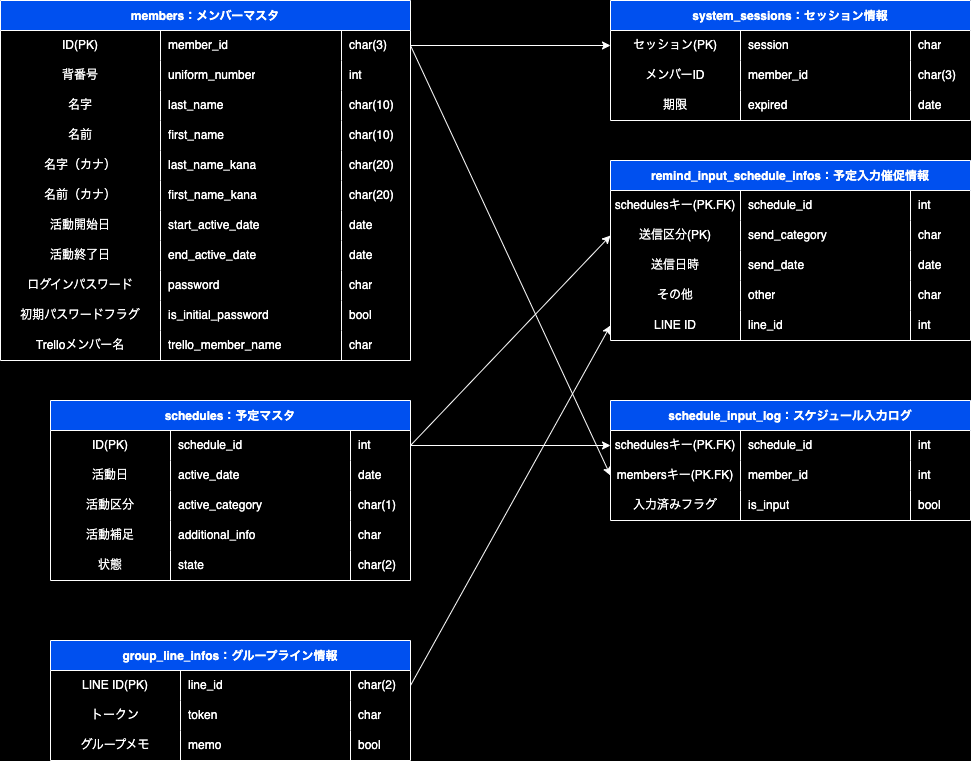
Before: 03_テーブル/ER_figure.drawio.png, a diagram exported from draw.io (ShigaFreedom/document_freedom_system). Source tidied: cells renumbered, new cells last; positions are measured from the earlier drawing's top-left corner, leaving out a move shared by most shapes.
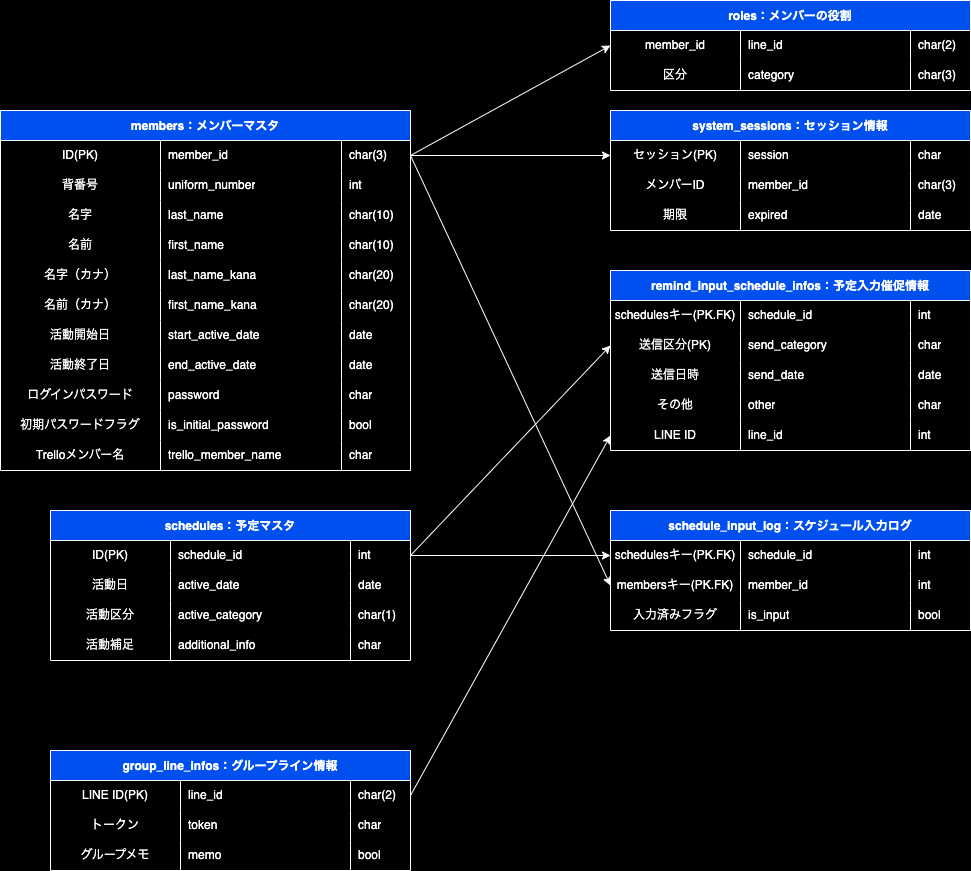
The same diagram one commit later.

Change to the diagram source:
```diff
@@ -3,7 +3,7 @@
     <mxCell id="0" />
     <mxCell id="1" parent="0" />
     <mxCell id="2" value="schedules：予定マスタ" style="shape=table;startSize=30;rowLines=0;fontStyle=1;fillColor=#0050ef;fontColor=#FFFFFF;strokeColor=#FFFFFF;" parent="1" vertex="1">
-      <mxGeometry x="50" y="400" width="360" height="180" as="geometry" />
+      <mxGeometry x="50" y="400" width="360" height="150" as="geometry" />
     </mxCell>
     <mxCell id="3" style="shape=tableRow;horizontal=0;startSize=0;swimlaneHead=0;swimlaneBody=0;top=0;left=0;bottom=0;right=0;fillColor=none;points=[[0,0.5],[1,0.5]];portConstraint=eastwest;" parent="2" vertex="1">
       <mxGeometry y="30" width="360" height="30" as="geometry" />
@@ -53,18 +53,6 @@
     <mxCell id="18" value="char" style="shape=partialRectangle;html=1;whiteSpace=wrap;fillColor=none;top=0;left=0;bottom=0;right=0;align=left;spacingLeft=6;overflow=hidden;fontColor=#FFFFFF;" parent="15" vertex="1">
       <mxGeometry x="300" width="60" height="30" as="geometry" />
     </mxCell>
-    <mxCell id="19" style="shape=tableRow;horizontal=0;startSize=0;swimlaneHead=0;swimlaneBody=0;top=0;left=0;bottom=0;right=0;fillColor=none;" parent="2" vertex="1">
-      <mxGeometry y="150" width="360" height="30" as="geometry" />
-    </mxCell>
-    <mxCell id="20" value="状態" style="shape=partialRectangle;html=1;whiteSpace=wrap;fillColor=none;top=0;left=0;bottom=0;right=0;overflow=hidden;fontColor=#FFFFFF;" parent="19" vertex="1">
-      <mxGeometry width="120" height="30" as="geometry" />
-    </mxCell>
-    <mxCell id="21" value="state" style="shape=partialRectangle;html=1;whiteSpace=wrap;fillColor=none;top=0;left=0;bottom=0;right=0;align=left;spacingLeft=6;overflow=hidden;fontColor=#FFFFFF;" parent="19" vertex="1">
-      <mxGeometry x="120" width="180" height="30" as="geometry" />
-    </mxCell>
-    <mxCell id="22" value="char(2)" style="shape=partialRectangle;html=1;whiteSpace=wrap;fillColor=none;top=0;left=0;bottom=0;right=0;align=left;spacingLeft=6;overflow=hidden;fontColor=#FFFFFF;" parent="19" vertex="1">
-      <mxGeometry x="300" width="60" height="30" as="geometry" />
-    </mxCell>
     <mxCell id="23" value="remind_input_schedule_infos：予定入力催促情報" style="shape=table;startSize=30;rowLines=0;fontStyle=1;fillColor=#0050ef;fontColor=#FFFFFF;strokeColor=#FFFFFF;" parent="1" vertex="1">
       <mxGeometry x="610" y="160" width="360" height="180" as="geometry" />
     </mxCell>
@@ -397,5 +385,35 @@
     <mxCell id="132" style="endArrow=classic;html=1;fontColor=#FFFFFF;strokeColor=#FFFFFF;exitX=1;exitY=0.5;exitDx=0;exitDy=0;entryX=0;entryY=0.5;entryDx=0;entryDy=0;" parent="1" edge="1" source="45" target="120">
       <mxGeometry relative="1" as="geometry" />
     </mxCell>
+    <mxCell id="133" value="roles：メンバーの役割" style="shape=table;startSize=30;rowLines=0;fontStyle=1;fillColor=#0050ef;fontColor=#FFFFFF;strokeColor=#FFFFFF;" parent="1" vertex="1">
+      <mxGeometry x="610" y="-110" width="360" height="90" as="geometry" />
+    </mxCell>
+    <mxCell id="134" style="shape=tableRow;horizontal=0;startSize=0;swimlaneHead=0;swimlaneBody=0;top=0;left=0;bottom=0;right=0;fillColor=none;points=[[0,0.5],[1,0.5]];portConstraint=eastwest;" parent="133" vertex="1">
+      <mxGeometry y="30" width="360" height="30" as="geometry" />
+    </mxCell>
+    <mxCell id="135" value="member_id" style="shape=partialRectangle;html=1;whiteSpace=wrap;fillColor=none;top=0;left=0;bottom=0;right=0;overflow=hidden;fontColor=#FFFFFF;" parent="134" vertex="1">
+      <mxGeometry width="130" height="30" as="geometry" />
+    </mxCell>
+    <mxCell id="136" value="line_id" style="shape=partialRectangle;html=1;whiteSpace=wrap;fillColor=none;top=0;left=0;bottom=0;right=0;align=left;spacingLeft=6;overflow=hidden;fontColor=#FFFFFF;" parent="134" vertex="1">
+      <mxGeometry x="130" width="170" height="30" as="geometry" />
+    </mxCell>
+    <mxCell id="22" value="char(2)" style="shape=partialRectangle;html=1;whiteSpace=wrap;fillColor=none;top=0;left=0;bottom=0;right=0;align=left;spacingLeft=6;overflow=hidden;fontColor=#FFFFFF;" parent="134" vertex="1">
+      <mxGeometry x="300" width="60" height="30" as="geometry" />
+    </mxCell>
+    <mxCell id="137" style="shape=tableRow;horizontal=0;startSize=0;swimlaneHead=0;swimlaneBody=0;top=0;left=0;bottom=0;right=0;fillColor=none;" parent="133" vertex="1">
+      <mxGeometry y="60" width="360" height="30" as="geometry" />
+    </mxCell>
+    <mxCell id="138" value="区分" style="shape=partialRectangle;html=1;whiteSpace=wrap;fillColor=none;top=0;left=0;bottom=0;right=0;overflow=hidden;fontColor=#FFFFFF;" parent="137" vertex="1">
+      <mxGeometry width="130" height="30" as="geometry" />
+    </mxCell>
+    <mxCell id="139" value="category" style="shape=partialRectangle;html=1;whiteSpace=wrap;fillColor=none;top=0;left=0;bottom=0;right=0;align=left;spacingLeft=6;overflow=hidden;fontColor=#FFFFFF;" parent="137" vertex="1">
+      <mxGeometry x="130" width="170" height="30" as="geometry" />
+    </mxCell>
+    <mxCell id="140" value="char(3)" style="shape=partialRectangle;html=1;whiteSpace=wrap;fillColor=none;top=0;left=0;bottom=0;right=0;align=left;spacingLeft=6;overflow=hidden;fontColor=#FFFFFF;" parent="137" vertex="1">
+      <mxGeometry x="300" width="60" height="30" as="geometry" />
+    </mxCell>
+    <mxCell id="141" style="endArrow=classic;html=1;fontColor=#FFFFFF;strokeColor=#FFFFFF;entryX=0;entryY=0.5;entryDx=0;entryDy=0;exitX=1;exitY=0.5;exitDx=0;exitDy=0;" parent="1" edge="1" source="45" target="134">
+      <mxGeometry relative="1" as="geometry" />
+    </mxCell>
   </root>
 </mxGraphModel>
```
